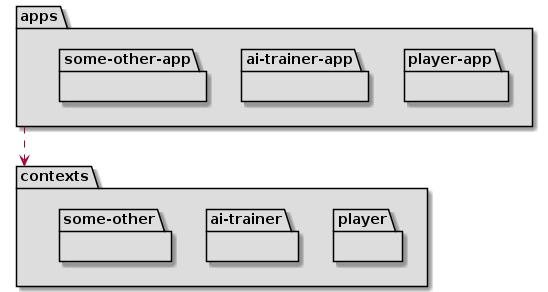
Master-Desarrollo-20-21/patrones-diseno---practica-final---juego-de-las-damas-fraylopez keeps this PlantUML diagram as docs/output/analysis/ArchitecturePackages.png. Above is the earlier version.
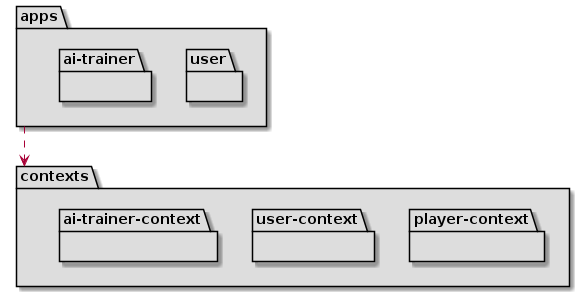
Later version of the same file.

Diff of the diagram source:
```diff
@@ -1,14 +1,13 @@
 @startuml ArchitecturePackages
 package apps #DDDDDD {
-  package player-app #DDDDDD { }
-  package ai-trainer-app #DDDDDD { }
-  package some-other-app #DDDDDD { }
+  package user #DDDDDD { }
+  package ai-trainer #DDDDDD { }
 }
 
 package contexts #DDDDDD {
-  package player #DDDDDD {  }
-  package ai-trainer #DDDDDD {  }
-  package some-other #DDDDDD {  }
+  package player-context #DDDDDD {  }
+  package user-context #DDDDDD {  }
+  package ai-trainer-context #DDDDDD {  }
 }
 apps ..> contexts
 
```
